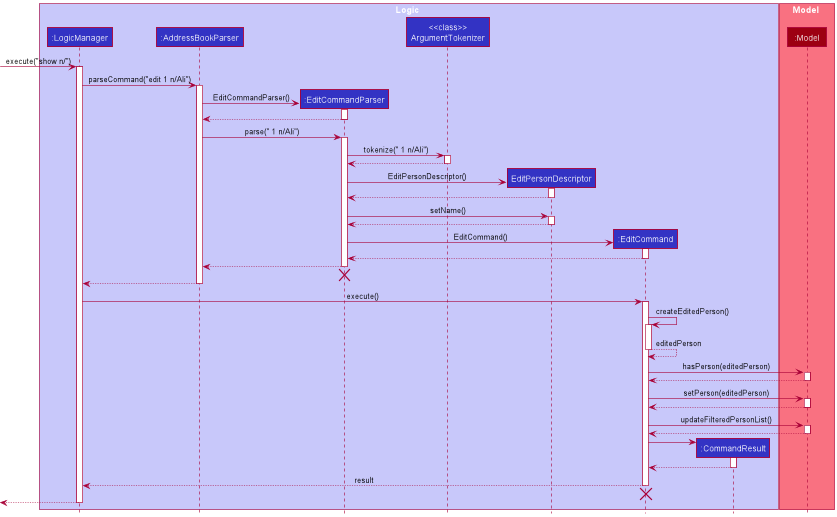
Above: docs/images/EditCommandSequenceDiagram.png in nus-cs2103-AY2122S1/tp (PlantUML), before the change. Its diagram source:
```plantuml
@startuml
!include style.puml

box Logic LOGIC_COLOR_T1
participant ":LogicManager" as LogicManager LOGIC_COLOR
participant ":AddressBookParser" as AddressBookParser LOGIC_COLOR
participant ":EditCommandParser" as EditCommandParser LOGIC_COLOR
participant "<<class>>\nArgumentTokenizer" as ArgumentTokenizer LOGIC_COLOR
participant "EditPersonDescriptor" as EditPersonDescriptor LOGIC_COLOR
participant ":EditCommand" as EditCommand LOGIC_COLOR
participant ":CommandResult" as CommandResult LOGIC_COLOR
end box

box Model MODEL_COLOR_T1
participant ":Model" as Model MODEL_COLOR
end box

[-> LogicManager : execute("show n/")
activate LogicManager

LogicManager -> AddressBookParser : parseCommand("edit 1 n/Ali")
activate AddressBookParser

create EditCommandParser



AddressBookParser -> EditCommandParser: EditCommandParser()
activate EditCommandParser

EditCommandParser --> AddressBookParser

deactivate EditCommandParser

AddressBookParser -> EditCommandParser : parse(" 1 n/Ali")
activate EditCommandParser

EditCommandParser -> ArgumentTokenizer : tokenize(" 1 n/Ali")
activate ArgumentTokenizer

ArgumentTokenizer --> EditCommandParser
deactivate ArgumentTokenizer

create EditPersonDescriptor
EditCommandParser -> EditPersonDescriptor : EditPersonDescriptor()
activate EditPersonDescriptor

EditPersonDescriptor --> EditCommandParser
deactivate EditPersonDescriptor

EditCommandParser -> EditPersonDescriptor : setName()
activate EditPersonDescriptor

EditPersonDescriptor --> EditCommandParser
deactivate

create EditCommand
EditCommandParser -> EditCommand : EditCommand()
activate EditCommand

EditCommand --> EditCommandParser
deactivate

EditCommandParser --> AddressBookParser
deactivate

EditCommandParser -[hidden]-> AddressBookParser:
destroy EditCommandParser

AddressBookParser --> LogicManager
deactivate AddressBookParser

LogicManager -> EditCommand : execute()
activate EditCommand

EditCommand -> EditCommand : createEditedPerson()
activate EditCommand

EditCommand --> EditCommand : editedPerson
deactivate

EditCommand -> Model : hasPerson(editedPerson)
activate Model

Model --> EditCommand
deactivate

EditCommand -> Model : setPerson(editedPerson)
activate Model

Model --> EditCommand
deactivate

EditCommand -> Model : updateFilteredPersonList()
activate Model

Model --> EditCommand
deactivate

create CommandResult
EditCommand -> CommandResult
activate CommandResult

CommandResult --> EditCommand
deactivate CommandResult

EditCommand --> LogicManager : result
deactivate EditCommand


EditCommand -[hidden]-> AddressBookParser:
destroy EditCommand

[<--LogicManager
deactivate LogicManager
@enduml
```
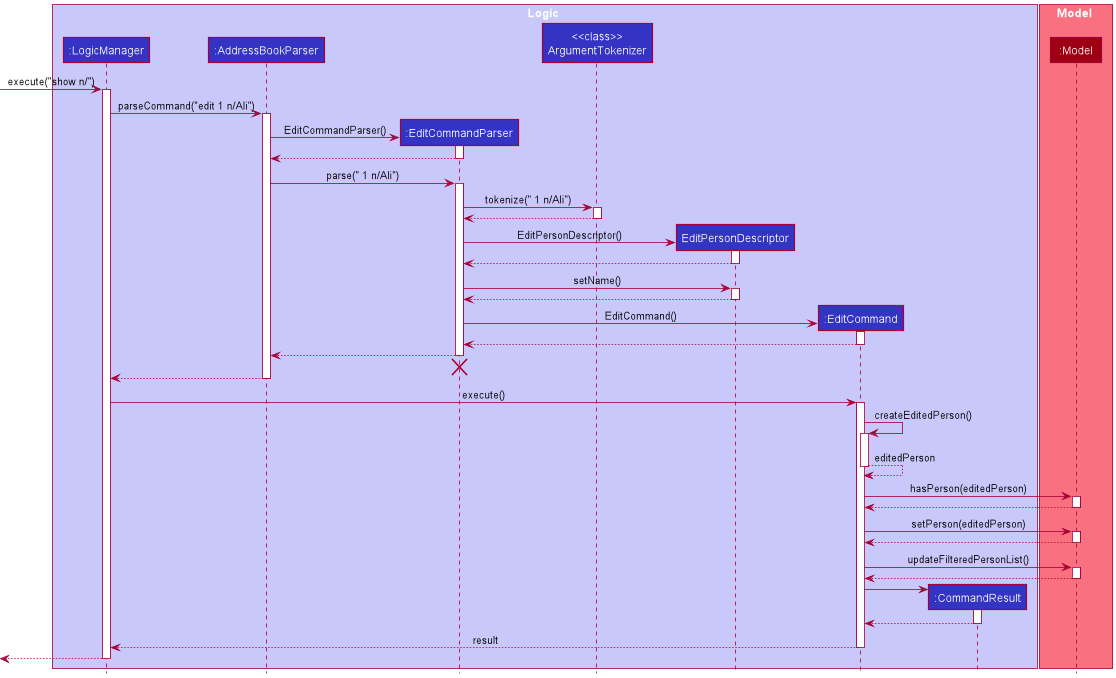
Later version of the same file.

Diff of the diagram source:
```diff
@@ -107,10 +107,6 @@
 EditCommand --> LogicManager : result
 deactivate EditCommand
 
-
-EditCommand -[hidden]-> AddressBookParser:
-destroy EditCommand
-
 [<--LogicManager
 deactivate LogicManager
 @enduml
```
